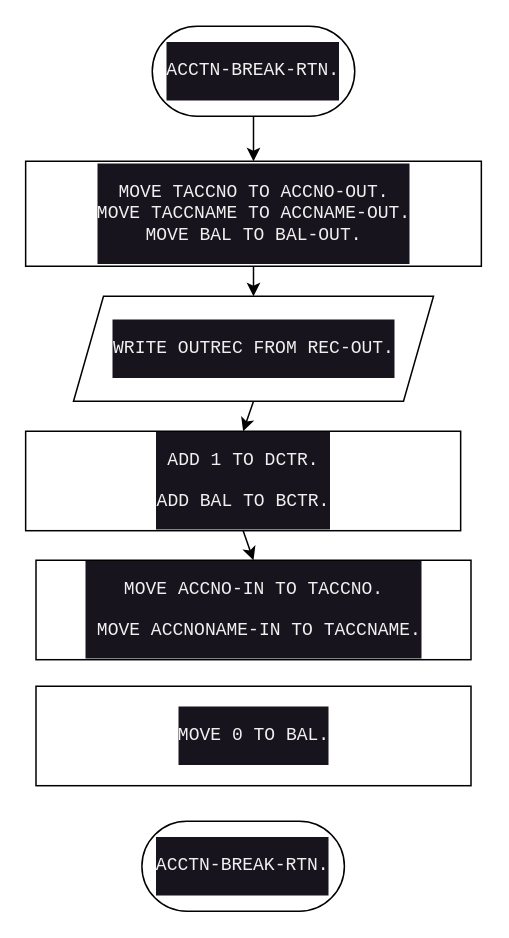
This is page "accnt-break-rtn" (4 of 5) of diagram.drawio from williebonavente/acct-num, a draw.io file, before an edit. Source tidied: cells renumbered, new cells numbered last; positions are measured from the earlier drawing's top-left corner, leaving out a move shared by most shapes. Both pictures are drawn from the tidied source at 150%, with x=0, y=0 at pixel (26, 26).
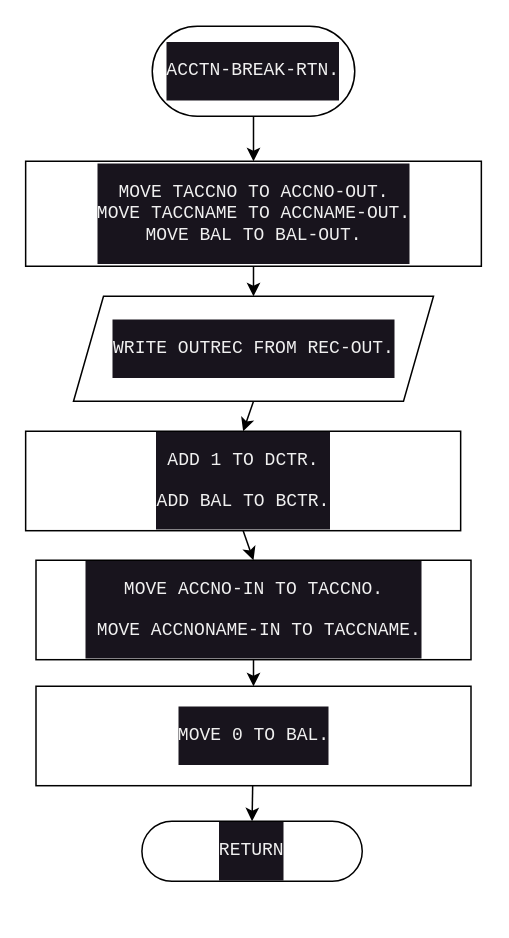
Above is the later version.

Diff of the diagram source:
```diff
@@
 <mxGraphModel>
   <root>
     <mxCell id="0" />
     <mxCell id="1" parent="0" />
     <mxCell id="2" style="edgeStyle=none;html=1;exitX=0.5;exitY=1;exitDx=0;exitDy=0;entryX=0.5;entryY=0;entryDx=0;entryDy=0;" parent="1" edge="1" source="3" target="5">
       <mxGeometry relative="1" as="geometry" />
     </mxCell>
     <mxCell id="3" value="&lt;pre&gt;ACCTN-BREAK-RTN.&lt;/pre&gt;" style="rounded=1;whiteSpace=wrap;html=1;labelBackgroundColor=#18141D;fontColor=#F0F0F0;arcSize=50;" parent="1" vertex="1">
       <mxGeometry x="84" width="135" height="60" as="geometry" />
     </mxCell>
     <mxCell id="4" style="edgeStyle=none;html=1;exitX=0.5;exitY=1;exitDx=0;exitDy=0;entryX=0.5;entryY=0;entryDx=0;entryDy=0;" parent="1" edge="1" source="5" target="7">
       <mxGeometry relative="1" as="geometry" />
     </mxCell>
     <mxCell id="5" value="&lt;pre&gt;MOVE TACCNO TO ACCNO-OUT.&lt;br&gt;MOVE TACCNAME TO ACCNAME-OUT.&lt;br&gt;MOVE BAL TO BAL-OUT.&lt;/pre&gt;" style="rounded=0;whiteSpace=wrap;html=1;labelBackgroundColor=#18141D;fontColor=#F0F0F0;" parent="1" vertex="1">
       <mxGeometry x="-0.4" y="90" width="303.8" height="70" as="geometry" />
     </mxCell>
     <mxCell id="6" style="edgeStyle=none;html=1;exitX=0.5;exitY=1;exitDx=0;exitDy=0;entryX=0.5;entryY=0;entryDx=0;entryDy=0;" parent="1" edge="1" source="7" target="9">
       <mxGeometry relative="1" as="geometry" />
     </mxCell>
     <mxCell id="7" value="&lt;pre&gt;WRITE OUTREC FROM REC-OUT.&lt;/pre&gt;&lt;p align=&quot;center&quot; class=&quot;MsoNormal&quot;&gt;&lt;/p&gt;" style="shape=parallelogram;perimeter=parallelogramPerimeter;whiteSpace=wrap;html=1;fixedSize=1;labelBackgroundColor=#18141D;fontColor=#F0F0F0;" parent="1" vertex="1">
       <mxGeometry x="31.5" y="180" width="240" height="70" as="geometry" />
     </mxCell>
     <mxCell id="8" style="edgeStyle=none;html=1;exitX=0.5;exitY=1;exitDx=0;exitDy=0;entryX=0.5;entryY=0;entryDx=0;entryDy=0;" parent="1" edge="1" source="9" target="10">
       <mxGeometry relative="1" as="geometry" />
     </mxCell>
     <mxCell id="9" value="&lt;pre&gt;ADD 1 TO DCTR.&lt;/pre&gt;&lt;pre&gt;ADD BAL TO BCTR.&lt;/pre&gt;" style="rounded=0;whiteSpace=wrap;html=1;labelBackgroundColor=#18141D;fontColor=#F0F0F0;" parent="1" vertex="1">
       <mxGeometry x="-0.4" y="270" width="290" height="66.3" as="geometry" />
     </mxCell>
+    <mxCell id="13" style="edgeStyle=none;html=1;exitX=0.5;exitY=1;exitDx=0;exitDy=0;fontFamily=Courier New;" parent="1" edge="1" source="10" target="11">
+      <mxGeometry relative="1" as="geometry" />
+    </mxCell>
     <mxCell id="10" value="&lt;pre&gt;MOVE ACCNO-IN TO TACCNO.&lt;/pre&gt;&lt;pre&gt; MOVE ACCNONAME-IN TO TACCNAME.&lt;/pre&gt;" style="rounded=0;whiteSpace=wrap;html=1;labelBackgroundColor=#18141D;fontColor=#F0F0F0;" parent="1" vertex="1">
       <mxGeometry x="6.5" y="356" width="290" height="66.3" as="geometry" />
     </mxCell>
+    <mxCell id="14" style="edgeStyle=none;html=1;entryX=0.5;entryY=0;entryDx=0;entryDy=0;" parent="1" edge="1" source="11" target="12">
+      <mxGeometry relative="1" as="geometry" />
+    </mxCell>
     <mxCell id="11" value="&lt;pre&gt;MOVE 0 TO BAL.&lt;/pre&gt;" style="rounded=0;whiteSpace=wrap;html=1;labelBackgroundColor=#18141D;fontColor=#F0F0F0;" parent="1" vertex="1">
       <mxGeometry x="6.5" y="440" width="290" height="66.3" as="geometry" />
     </mxCell>
-    <mxCell id="12" value="&lt;pre&gt;ACCTN-BREAK-RTN.&lt;/pre&gt;" style="rounded=1;whiteSpace=wrap;html=1;labelBackgroundColor=#18141D;fontColor=#F0F0F0;arcSize=50;" parent="1" vertex="1">
-      <mxGeometry x="77.1" y="530" width="135" height="60" as="geometry" />
+    <mxCell id="12" value="&lt;pre&gt;RETURN&lt;/pre&gt;" style="rounded=1;whiteSpace=wrap;html=1;labelBackgroundColor=#18141D;fontColor=#F0F0F0;arcSize=50;" parent="1" vertex="1">
+      <mxGeometry x="77.1" y="530" width="146.9" height="40" as="geometry" />
     </mxCell>
   </root>
 </mxGraphModel>
```
